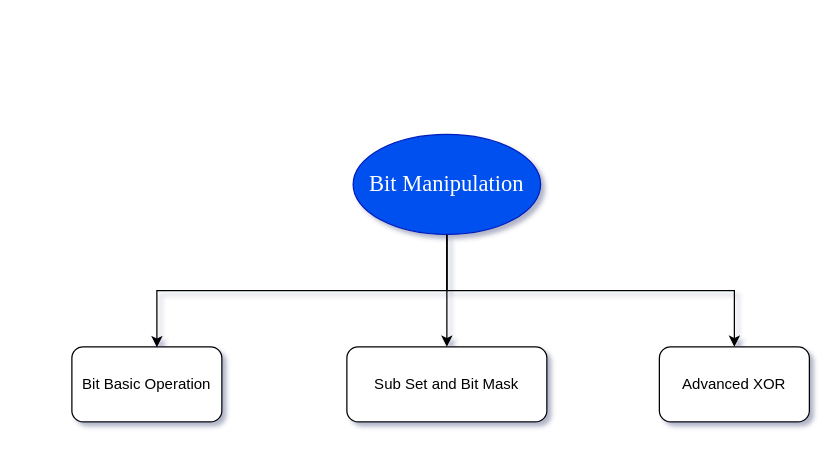
Shaanworkspace/Draw keeps this draw.io diagram as BitManipulation.drawio. Above is the earlier version. Source tidied: cells renumbered, new cells numbered last; positions are measured from the earlier drawing's top-left corner, leaving out a move shared by most shapes. Both pictures are drawn from the tidied source at 125%, with x=0, y=0 at pixel (71, 134).
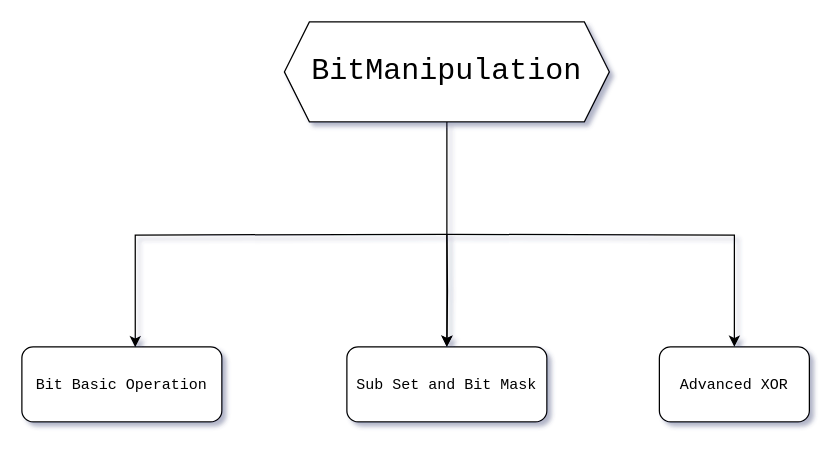
The same page after the edit.

Diff of the diagram source:
```diff
@@
 <mxGraphModel background="#ffffff" shadow="1">
   <root>
     <mxCell id="0" />
     <mxCell id="1" parent="0" />
-    <mxCell id="2" style="edgeStyle=orthogonalEdgeStyle;rounded=0;jettySize=auto;html=1;entryX=0.5;entryY=0;entryDx=0;entryDy=0;exitX=0.5;exitY=1;exitDx=0;exitDy=0;" parent="1" edge="1" source="4" target="7">
-      <mxGeometry relative="1" as="geometry" />
+    <mxCell id="2" style="edgeStyle=orthogonalEdgeStyle;rounded=0;jettySize=auto;html=1;entryX=0.5;entryY=0;entryDx=0;entryDy=0;exitX=0.5;exitY=1;exitDx=0;exitDy=0;" parent="1" edge="1" target="7">
+      <mxGeometry relative="1" as="geometry">
+        <mxPoint x="300" y="80" as="sourcePoint" />
+      </mxGeometry>
     </mxCell>
-    <mxCell id="3" style="edgeStyle=orthogonalEdgeStyle;rounded=0;jettySize=auto;html=1;exitX=0.5;exitY=1;exitDx=0;exitDy=0;entryX=0.5;entryY=0;entryDx=0;entryDy=0;" parent="1" edge="1" source="4" target="6">
-      <mxGeometry relative="1" as="geometry" />
+    <mxCell id="3" style="edgeStyle=orthogonalEdgeStyle;rounded=0;jettySize=auto;html=1;exitX=0.5;exitY=1;exitDx=0;exitDy=0;entryX=0.5;entryY=0;entryDx=0;entryDy=0;" parent="1" edge="1" target="6">
+      <mxGeometry relative="1" as="geometry">
+        <mxPoint x="300" y="80" as="sourcePoint" />
+      </mxGeometry>
     </mxCell>
-    <mxCell id="4" value="&lt;font face=&quot;Times New Roman&quot; style=&quot;font-size: 18px;&quot;&gt;Bit Manipulation&lt;/font&gt;" style="ellipse;whiteSpace=wrap;html=1;fillColor=#0050ef;fontColor=#ffffff;strokeColor=#001DBC;" parent="1" vertex="1">
-      <mxGeometry x="225" width="150" height="80" as="geometry" />
-    </mxCell>
-    <mxCell id="5" value="Bit Basic Operation" style="rounded=1;whiteSpace=wrap;html=1;" parent="1" vertex="1">
-      <mxGeometry y="170" width="120" height="60" as="geometry" />
+    <mxCell id="5" value="&lt;font face=&quot;Courier New&quot;&gt;Bit Basic Operation&lt;/font&gt;" style="rounded=1;whiteSpace=wrap;html=1;" parent="1" vertex="1">
+      <mxGeometry x="-40" y="170" width="160" height="60" as="geometry" />
     </mxCell>
-    <mxCell id="6" value="Sub Set and Bit Mask" style="rounded=1;whiteSpace=wrap;html=1;" parent="1" vertex="1">
+    <mxCell id="6" value="&lt;font face=&quot;Courier New&quot;&gt;Sub Set and Bit Mask&lt;/font&gt;" style="rounded=1;whiteSpace=wrap;html=1;" parent="1" vertex="1">
       <mxGeometry x="220" y="170" width="160" height="60" as="geometry" />
     </mxCell>
-    <mxCell id="7" value="Advanced XOR" style="rounded=1;whiteSpace=wrap;html=1;" parent="1" vertex="1">
+    <mxCell id="7" value="&lt;font face=&quot;Courier New&quot;&gt;Advanced XOR&lt;/font&gt;" style="rounded=1;whiteSpace=wrap;html=1;" parent="1" vertex="1">
       <mxGeometry x="470" y="170" width="120" height="60" as="geometry" />
     </mxCell>
-    <mxCell id="8" style="edgeStyle=orthogonalEdgeStyle;rounded=0;jettySize=auto;html=1;entryX=0.567;entryY=0.005;entryDx=0;entryDy=0;entryPerimeter=0;exitX=0.5;exitY=1;exitDx=0;exitDy=0;" parent="1" edge="1" source="4" target="5">
-      <mxGeometry relative="1" as="geometry" />
+    <mxCell id="8" style="edgeStyle=orthogonalEdgeStyle;rounded=0;jettySize=auto;html=1;entryX=0.567;entryY=0.005;entryDx=0;entryDy=0;entryPerimeter=0;exitX=0.5;exitY=1;exitDx=0;exitDy=0;" parent="1" edge="1" target="5">
+      <mxGeometry relative="1" as="geometry">
+        <mxPoint x="300" y="80" as="sourcePoint" />
+      </mxGeometry>
     </mxCell>
+    <mxCell id="9" style="edgeStyle=orthogonalEdgeStyle;rounded=0;jettySize=auto;html=1;entryX=0.5;entryY=0;entryDx=0;entryDy=0;" parent="1" edge="1" source="10" target="6">
+      <mxGeometry relative="1" as="geometry" />
+    </mxCell>
+    <mxCell id="10" value="&lt;font style=&quot;font-size: 24px;&quot; face=&quot;Courier New&quot;&gt;BitManipulation&lt;/font&gt;" style="shape=hexagon;perimeter=hexagonPerimeter2;whiteSpace=wrap;html=1;fixedSize=1;" parent="1" vertex="1">
+      <mxGeometry x="170" y="-90" width="260" height="80" as="geometry" />
+    </mxCell>
   </root>
 </mxGraphModel>
```
